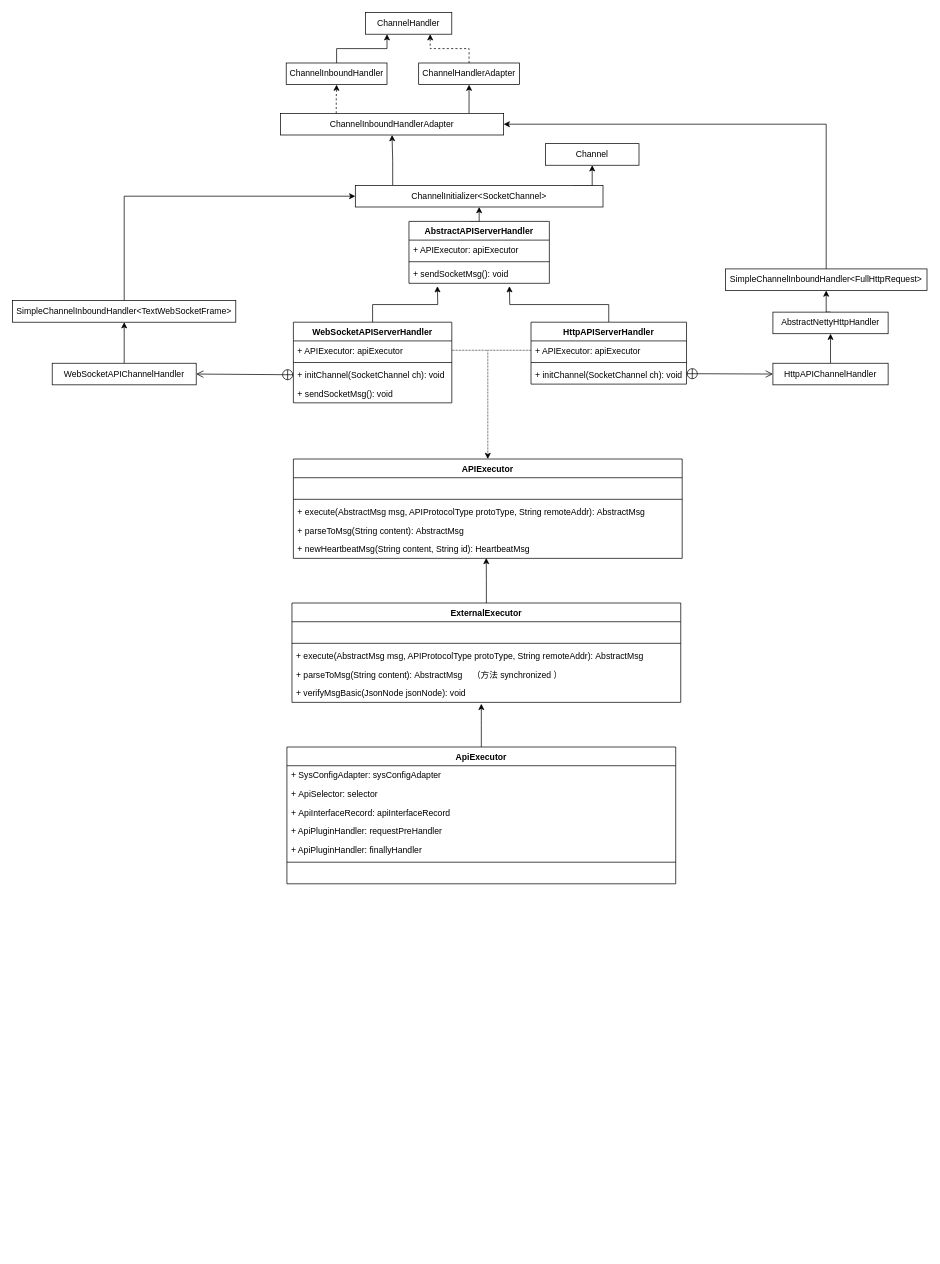
Above: page "GMS类图" (2 of 3) of Untitled Diagram.drawio in haojava/diagrams (draw.io), before the change. Source tidied: cells renumbered, new cells numbered last; positions are measured from the earlier drawing's top-left corner, leaving out a move shared by most shapes. Both pictures are drawn from the tidied source at 72%, with x=0, y=0 at pixel (12, 12).
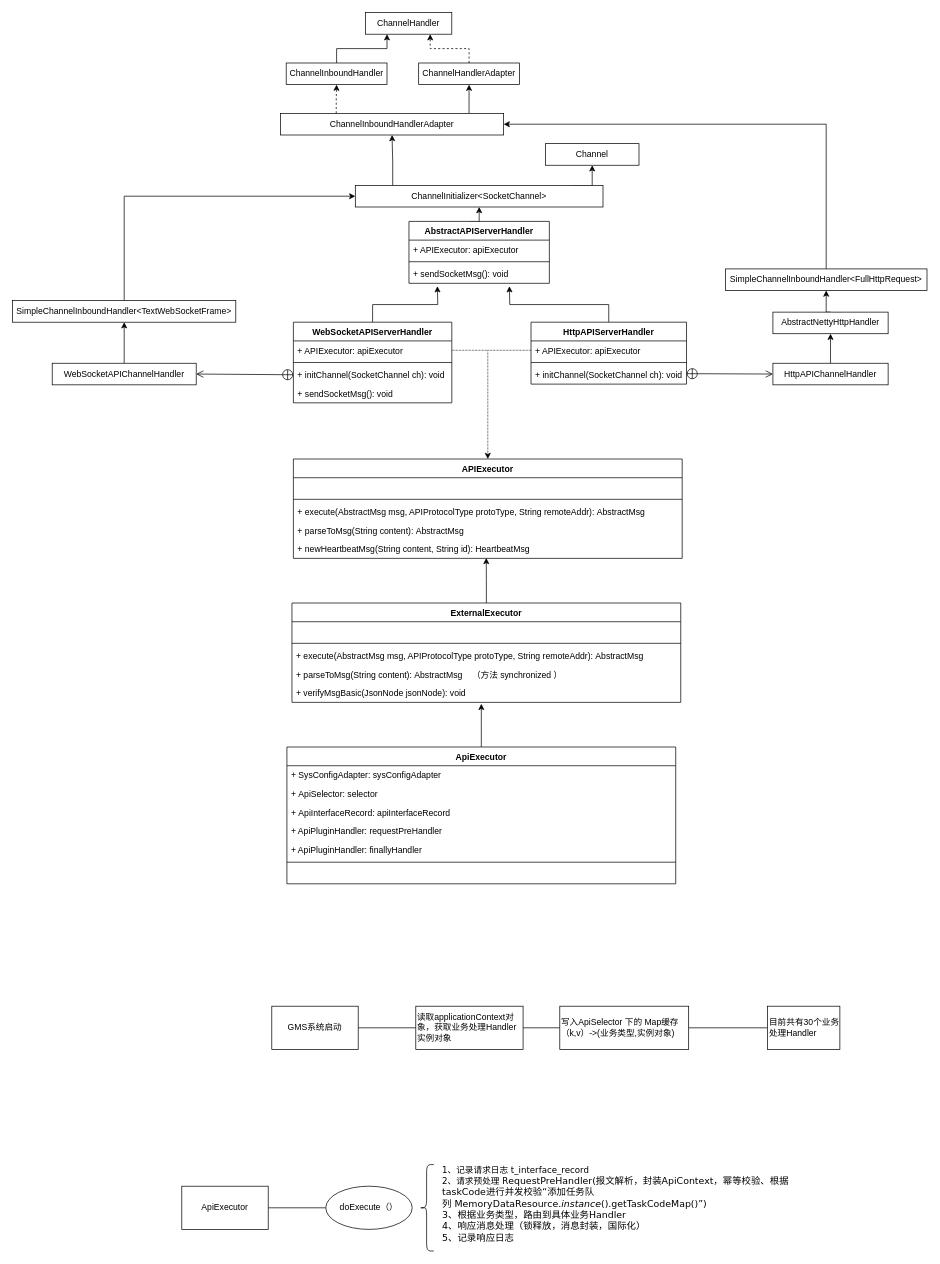
The same diagram, later.

The edit, as a diff of the source:
```diff
@@
+    <mxCell id="66" style="edgeStyle=orthogonalEdgeStyle;rounded=0;jettySize=auto;html=1;endArrow=none;endFill=0;" parent="1" edge="1" source="67" target="68">
+      <mxGeometry relative="1" as="geometry" />
+    </mxCell>
+    <mxCell id="67" value="ApiExecutor" style="rounded=0;whiteSpace=wrap;html=1;" parent="1" vertex="1">
+      <mxGeometry x="235" y="1630" width="120" height="60" as="geometry" />
+    </mxCell>
+    <mxCell id="68" value="doExecute（）" style="ellipse;whiteSpace=wrap;html=1;rounded=0;" parent="1" vertex="1">
+      <mxGeometry x="435" y="1630" width="120" height="60" as="geometry" />
+    </mxCell>
+    <mxCell id="69" style="shape=curlyBracket;whiteSpace=wrap;html=1;rounded=1;" parent="1" vertex="1">
+      <mxGeometry x="565" y="1600" width="20" height="120" as="geometry" />
+    </mxCell>
+    <mxCell id="70" value="&lt;font face=&quot;Verdana&quot;&gt;1、记录请求日志&amp;nbsp;t_interface_record&amp;nbsp;&lt;br&gt;2、请求预处理 R&lt;span style=&quot;font-size: 9.8pt;&quot;&gt;equestPreHandler(报文解析，封装ApiContext，幂等校验、根据taskCode进行并发校验“添加任务队列&lt;/span&gt;&lt;span style=&quot;font-size: 9.8pt;&quot;&gt;&amp;nbsp;MemoryDataResource.&lt;/span&gt;&lt;span style=&quot;font-size: 9.8pt; font-style: italic;&quot;&gt;instance&lt;/span&gt;&lt;span style=&quot;font-size: 9.8pt;&quot;&gt;().getTaskCodeMap()&lt;/span&gt;&lt;/font&gt;&lt;span style=&quot;font-size: 9.8pt;&quot;&gt;&lt;font face=&quot;Verdana&quot;&gt;”)&lt;br&gt;3、根据业务类型，路由到具体业务Handler&amp;nbsp;&lt;br&gt;4、响应消息处理（锁释放，消息封装，国际化）&lt;br&gt;5、记录响应日志&amp;nbsp;&lt;/font&gt;&lt;br&gt;&lt;/span&gt;" style="text;html=1;strokeColor=none;fillColor=none;align=left;verticalAlign=middle;whiteSpace=wrap;rounded=0;" parent="1" vertex="1">
+      <mxGeometry x="595" y="1610" width="522" height="90" as="geometry" />
+    </mxCell>
+    <mxCell id="71" style="edgeStyle=orthogonalEdgeStyle;rounded=0;jettySize=auto;html=1;fontColor=#000000;endArrow=none;endFill=0;" parent="1" edge="1" source="72" target="74">
+      <mxGeometry relative="1" as="geometry" />
+    </mxCell>
+    <mxCell id="72" value="GMS系统启动" style="rounded=0;whiteSpace=wrap;html=1;labelBackgroundColor=none;fontColor=#000000;" parent="1" vertex="1">
+      <mxGeometry x="360" y="1380" width="120" height="60" as="geometry" />
+    </mxCell>
+    <mxCell id="73" style="edgeStyle=orthogonalEdgeStyle;rounded=0;jettySize=auto;html=1;fontColor=#000000;endArrow=none;endFill=0;" parent="1" edge="1" source="74" target="76">
+      <mxGeometry relative="1" as="geometry" />
+    </mxCell>
+    <mxCell id="74" value="读取applicationContext对象，获取业务处理Handler实例对象" style="whiteSpace=wrap;html=1;fontColor=#000000;rounded=0;labelBackgroundColor=none;align=left;" parent="1" vertex="1">
+      <mxGeometry x="560" y="1380" width="149" height="60" as="geometry" />
+    </mxCell>
+    <mxCell id="75" style="edgeStyle=orthogonalEdgeStyle;rounded=0;jettySize=auto;html=1;fontColor=#000000;endArrow=none;endFill=0;" parent="1" edge="1" source="76" target="77">
+      <mxGeometry relative="1" as="geometry" />
+    </mxCell>
+    <mxCell id="76" value="写入ApiSelector 下的 Map缓存&lt;br&gt;（k,v）-&amp;gt;(业务类型,实例对象)" style="whiteSpace=wrap;html=1;fontColor=#000000;rounded=0;labelBackgroundColor=none;align=left;" parent="1" vertex="1">
+      <mxGeometry x="760" y="1380" width="179" height="60" as="geometry" />
+    </mxCell>
+    <mxCell id="77" value="目前共有30个业务处理Handler" style="whiteSpace=wrap;html=1;align=left;fontColor=#000000;rounded=0;labelBackgroundColor=none;" parent="1" vertex="1">
+      <mxGeometry x="1048.5" y="1380" width="100.5" height="60" as="geometry" />
+    </mxCell>
```
